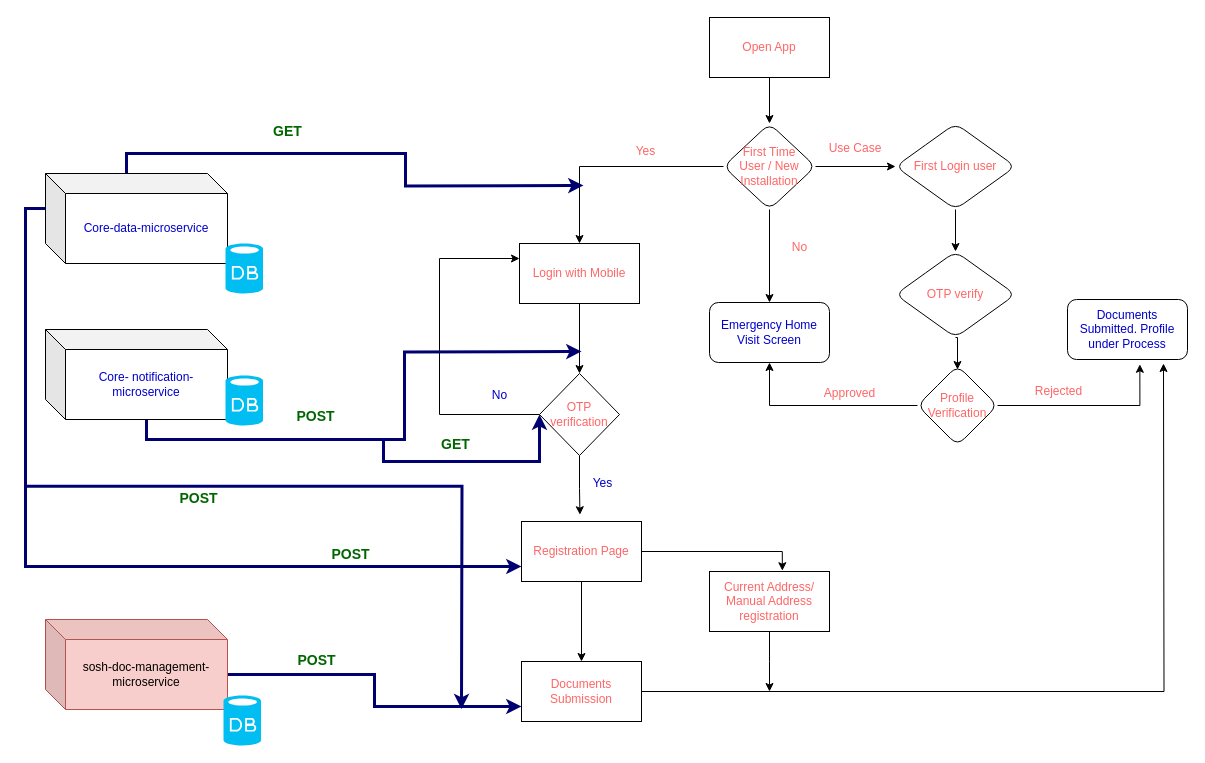
This is page "Registration-Service-Provider" (2 of 2) of HLS.-Design.drawio from CrossDimension-LLP/sosh-HLS-designs, a draw.io file, before an edit. Source tidied: cells renumbered, new cells numbered last; positions are measured from the earlier drawing's top-left corner, leaving out a move shared by most shapes. Both pictures are drawn from the tidied source at 100%, with x=0, y=0 at pixel (45, 17).
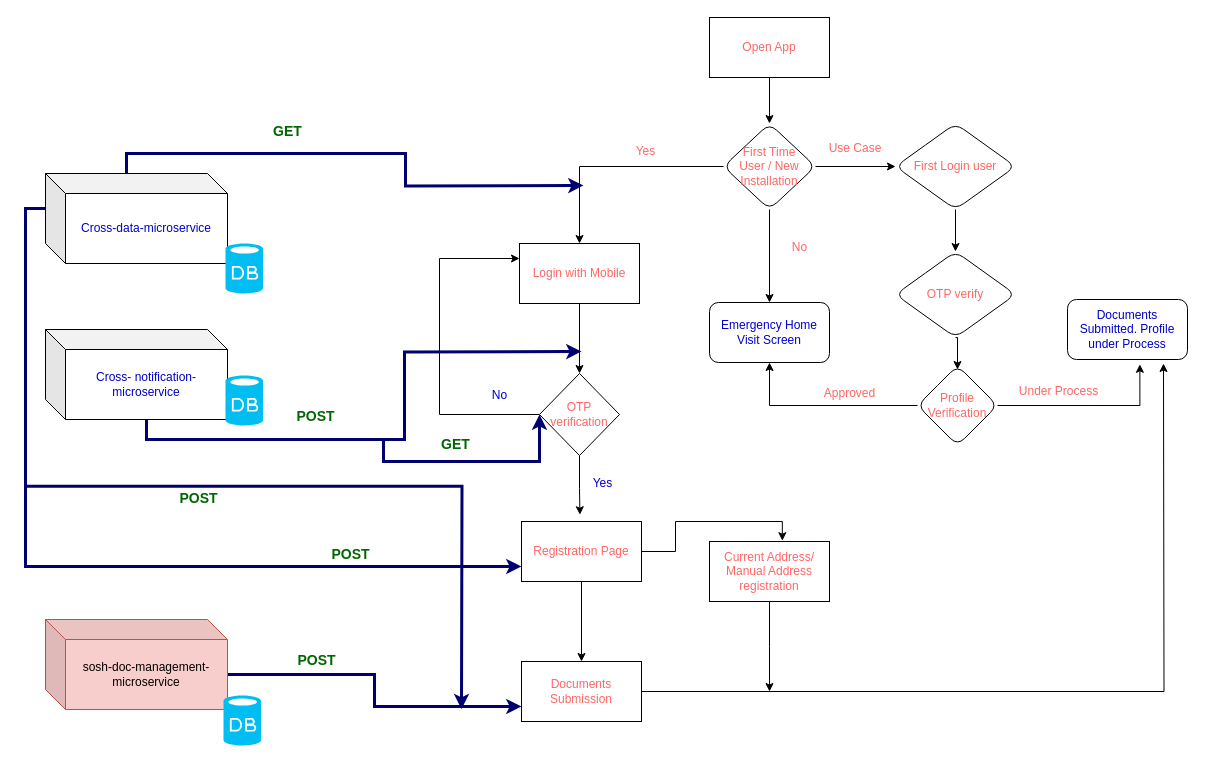
The same page after the edit.

The edit, as a diff of the source:
```diff
@@
-    <mxCell id="25" value="Rejected" style="text;html=1;align=center;verticalAlign=middle;strokeColor=none;fillColor=none;fontColor=#FF6666;" parent="1" vertex="1">
-      <mxGeometry x="984" y="364" width="58" height="20" as="geometry" />
+    <mxCell id="25" value="Under Process" style="text;html=1;align=center;verticalAlign=middle;strokeColor=none;fillColor=none;fontColor=#FF6666;" parent="1" vertex="1">
+      <mxGeometry x="968" y="364" width="90" height="20" as="geometry" />
     </mxCell>
@@
     <mxCell id="34" value="Current Address/ Manual Address registration" style="rounded=0;whiteSpace=wrap;html=1;fontColor=#FF6666;" parent="1" vertex="1">
-      <mxGeometry x="664" y="554" width="120" height="60" as="geometry" />
+      <mxGeometry x="664" y="524" width="120" height="60" as="geometry" />
     </mxCell>
@@
-    <mxCell id="38" value="Core-data-microservice" style="shape=cube;whiteSpace=wrap;html=1;boundedLbl=1;backgroundOutline=1;darkOpacity=0.05;darkOpacity2=0.1;rounded=1;fontColor=#0000CC;" parent="1" vertex="1">
+    <mxCell id="38" value="Cross-data-microservice" style="shape=cube;whiteSpace=wrap;html=1;boundedLbl=1;backgroundOutline=1;darkOpacity=0.05;darkOpacity2=0.1;rounded=1;fontColor=#0000CC;" parent="1" vertex="1">
       <mxGeometry y="156" width="182" height="90" as="geometry" />
     </mxCell>
@@
-    <mxCell id="41" value="Core- notification-microservice" style="shape=cube;whiteSpace=wrap;html=1;boundedLbl=1;backgroundOutline=1;darkOpacity=0.05;darkOpacity2=0.1;rounded=1;fontColor=#0000CC;" parent="1" vertex="1">
+    <mxCell id="41" value="Cross- notification-microservice" style="shape=cube;whiteSpace=wrap;html=1;boundedLbl=1;backgroundOutline=1;darkOpacity=0.05;darkOpacity2=0.1;rounded=1;fontColor=#0000CC;" parent="1" vertex="1">
       <mxGeometry y="312" width="182" height="90" as="geometry" />
     </mxCell>
```
